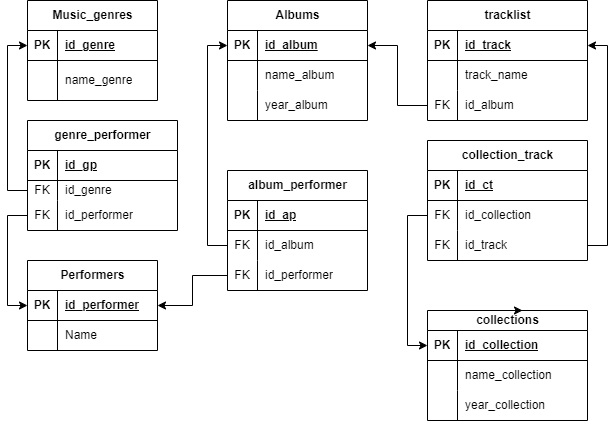
Earlier version of the draw.io export Diagramm_big.png (OXIFOXI81/Diagram). Source tidied: cells renumbered, new cells last; positions are measured from the earlier drawing's top-left corner, leaving out a move shared by most shapes.
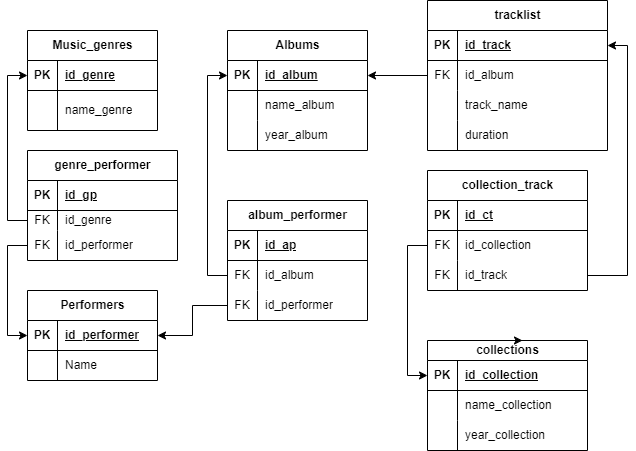
After the commit.

Change to the diagram source:
```diff
@@ -206,50 +206,59 @@
     <mxCell id="69" value="id_track" style="shape=partialRectangle;fillColor=none;top=0;left=0;bottom=0;right=0;align=left;spacingLeft=6;overflow=hidden;whiteSpace=wrap;html=1;" parent="67" vertex="1">
       <mxGeometry x="30" width="130" height="30" as="geometry" />
     </mxCell>
-    <mxCell id="70" style="edgeStyle=orthogonalEdgeStyle;rounded=0;jettySize=auto;html=1;exitX=1;exitY=0.5;exitDx=0;exitDy=0;entryX=1;entryY=0.5;entryDx=0;entryDy=0;" parent="1" edge="1" source="67" target="73">
+    <mxCell id="70" style="edgeStyle=orthogonalEdgeStyle;rounded=0;jettySize=auto;html=1;exitX=1;exitY=0.5;exitDx=0;exitDy=0;entryX=1;entryY=0.5;entryDx=0;entryDy=0;" parent="1" edge="1" source="67" target="85">
       <mxGeometry relative="1" as="geometry" />
     </mxCell>
     <mxCell id="71" style="edgeStyle=orthogonalEdgeStyle;rounded=0;orthogonalLoop=1;jettySize=auto;html=1;exitX=0.5;exitY=0;exitDx=0;exitDy=0;entryX=0.594;entryY=0.008;entryDx=0;entryDy=0;entryPerimeter=0;" parent="1" edge="1" source="50" target="50">
       <mxGeometry relative="1" as="geometry" />
     </mxCell>
+    <mxCell id="83" style="edgeStyle=orthogonalEdgeStyle;rounded=0;jettySize=auto;html=1;exitX=0;exitY=0.5;exitDx=0;exitDy=0;entryX=0;entryY=0.5;entryDx=0;entryDy=0;" parent="1" edge="1" source="43" target="18">
+      <mxGeometry relative="1" as="geometry" />
+    </mxCell>
+    <mxCell id="84" style="edgeStyle=orthogonalEdgeStyle;rounded=0;jettySize=auto;html=1;exitX=0;exitY=0.5;exitDx=0;exitDy=0;entryX=0;entryY=0.5;entryDx=0;entryDy=0;" parent="1" edge="1" source="64" target="51">
+      <mxGeometry relative="1" as="geometry" />
+    </mxCell>
     <mxCell id="72" value="tracklist" style="shape=table;startSize=30;rowLines=0;fontStyle=1;align=center;html=1;" parent="1" vertex="1">
-      <mxGeometry x="400" width="160" height="120" as="geometry" />
+      <mxGeometry x="400" y="-30" width="180" height="150" as="geometry" />
     </mxCell>
-    <mxCell id="73" style="shape=tableRow;horizontal=0;startSize=0;swimlaneHead=0;swimlaneBody=0;fillColor=none;points=[[0,0.5],[1,0.5]];portConstraint=eastwest;top=0;left=0;right=0;bottom=1;" parent="72" vertex="1">
-      <mxGeometry y="30" width="160" height="30" as="geometry" />
-    </mxCell>
+    <mxCell id="85" style="shape=tableRow;horizontal=0;startSize=0;swimlaneHead=0;swimlaneBody=0;fillColor=none;points=[[0,0.5],[1,0.5]];portConstraint=eastwest;top=0;left=0;right=0;bottom=1;" parent="72" vertex="1">
+      <mxGeometry y="30" width="180" height="30" as="geometry" />
+    </mxCell>
-    <mxCell id="74" value="PK" style="shape=partialRectangle;fillColor=none;top=0;left=0;bottom=0;right=0;fontStyle=1;overflow=hidden;whiteSpace=wrap;html=1;" parent="73" vertex="1">
+    <mxCell id="74" value="PK" style="shape=partialRectangle;fillColor=none;top=0;left=0;bottom=0;right=0;fontStyle=1;overflow=hidden;whiteSpace=wrap;html=1;" parent="85" vertex="1">
       <mxGeometry width="30" height="30" as="geometry" />
     </mxCell>
-    <mxCell id="75" value="id_track" style="shape=partialRectangle;fillColor=none;top=0;left=0;bottom=0;right=0;align=left;spacingLeft=6;fontStyle=5;overflow=hidden;whiteSpace=wrap;html=1;" parent="73" vertex="1">
-      <mxGeometry x="30" width="130" height="30" as="geometry" />
+    <mxCell id="75" value="id_track" style="shape=partialRectangle;fillColor=none;top=0;left=0;bottom=0;right=0;align=left;spacingLeft=6;fontStyle=5;overflow=hidden;whiteSpace=wrap;html=1;" parent="85" vertex="1">
+      <mxGeometry x="30" width="150" height="30" as="geometry" />
     </mxCell>
-    <mxCell id="76" style="shape=tableRow;horizontal=0;startSize=0;swimlaneHead=0;swimlaneBody=0;fillColor=none;top=0;left=0;right=0;bottom=0;" parent="72" vertex="1">
-      <mxGeometry y="60" width="160" height="30" as="geometry" />
-    </mxCell>
-    <mxCell id="77" style="shape=partialRectangle;fillColor=none;top=0;left=0;bottom=0;right=0;overflow=hidden;whiteSpace=wrap;html=1;" parent="76" vertex="1">
-      <mxGeometry width="30" height="30" as="geometry" />
-    </mxCell>
-    <mxCell id="78" value="track_name" style="shape=partialRectangle;fillColor=none;top=0;left=0;bottom=0;right=0;align=left;spacingLeft=6;overflow=hidden;whiteSpace=wrap;html=1;" parent="76" vertex="1">
-      <mxGeometry x="30" width="130" height="30" as="geometry" />
-    </mxCell>
-    <mxCell id="79" style="shape=tableRow;horizontal=0;startSize=0;swimlaneHead=0;swimlaneBody=0;fillColor=none;points=[[0,0.5],[1,0.5]];portConstraint=eastwest;top=0;left=0;right=0;bottom=0;" parent="72" vertex="1">
-      <mxGeometry y="90" width="160" height="30" as="geometry" />
-    </mxCell>
+    <mxCell id="86" style="shape=tableRow;horizontal=0;startSize=0;swimlaneHead=0;swimlaneBody=0;fillColor=none;points=[[0,0.5],[1,0.5]];portConstraint=eastwest;top=0;left=0;right=0;bottom=0;" parent="72" vertex="1">
+      <mxGeometry y="60" width="180" height="30" as="geometry" />
+    </mxCell>
-    <mxCell id="80" value="FK" style="shape=partialRectangle;fillColor=none;top=0;left=0;bottom=0;right=0;overflow=hidden;whiteSpace=wrap;html=1;" parent="79" vertex="1">
+    <mxCell id="80" value="FK" style="shape=partialRectangle;fillColor=none;top=0;left=0;bottom=0;right=0;overflow=hidden;whiteSpace=wrap;html=1;" parent="86" vertex="1">
       <mxGeometry width="30" height="30" as="geometry" />
     </mxCell>
-    <mxCell id="81" value="id_album" style="shape=partialRectangle;fillColor=none;top=0;left=0;bottom=0;right=0;align=left;spacingLeft=6;overflow=hidden;whiteSpace=wrap;html=1;" parent="79" vertex="1">
-      <mxGeometry x="30" width="130" height="30" as="geometry" />
+    <mxCell id="81" value="id_album" style="shape=partialRectangle;fillColor=none;top=0;left=0;bottom=0;right=0;align=left;spacingLeft=6;overflow=hidden;whiteSpace=wrap;html=1;" parent="86" vertex="1">
+      <mxGeometry x="30" width="150" height="30" as="geometry" />
     </mxCell>
-    <mxCell id="82" style="edgeStyle=orthogonalEdgeStyle;rounded=0;jettySize=auto;html=1;exitX=0;exitY=0.5;exitDx=0;exitDy=0;entryX=1;entryY=0.5;entryDx=0;entryDy=0;" parent="1" edge="1" source="79" target="18">
-      <mxGeometry relative="1" as="geometry" />
-    </mxCell>
-    <mxCell id="83" style="edgeStyle=orthogonalEdgeStyle;rounded=0;jettySize=auto;html=1;exitX=0;exitY=0.5;exitDx=0;exitDy=0;entryX=0;entryY=0.5;entryDx=0;entryDy=0;" parent="1" edge="1" source="43" target="18">
-      <mxGeometry relative="1" as="geometry" />
-    </mxCell>
-    <mxCell id="84" style="edgeStyle=orthogonalEdgeStyle;rounded=0;jettySize=auto;html=1;exitX=0;exitY=0.5;exitDx=0;exitDy=0;entryX=0;entryY=0.5;entryDx=0;entryDy=0;" parent="1" edge="1" source="64" target="51">
-      <mxGeometry relative="1" as="geometry" />
-    </mxCell>
+    <mxCell id="87" style="shape=tableRow;horizontal=0;startSize=0;swimlaneHead=0;swimlaneBody=0;fillColor=none;top=0;left=0;right=0;bottom=0;" parent="72" vertex="1">
+      <mxGeometry y="90" width="180" height="30" as="geometry" />
+    </mxCell>
+    <mxCell id="88" style="shape=partialRectangle;fillColor=none;top=0;left=0;bottom=0;right=0;overflow=hidden;whiteSpace=wrap;html=1;" parent="87" vertex="1">
+      <mxGeometry width="30" height="30" as="geometry" />
+    </mxCell>
+    <mxCell id="78" value="track_name" style="shape=partialRectangle;fillColor=none;top=0;left=0;bottom=0;right=0;align=left;spacingLeft=6;overflow=hidden;whiteSpace=wrap;html=1;" parent="87" vertex="1">
+      <mxGeometry x="30" width="150" height="30" as="geometry" />
+    </mxCell>
+    <mxCell id="89" style="shape=tableRow;horizontal=0;startSize=0;swimlaneHead=0;swimlaneBody=0;fillColor=none;top=0;left=0;right=0;bottom=0;" parent="72" vertex="1">
+      <mxGeometry y="120" width="180" height="30" as="geometry" />
+    </mxCell>
+    <mxCell id="90" style="shape=partialRectangle;fillColor=none;top=0;left=0;bottom=0;right=0;overflow=hidden;whiteSpace=wrap;html=1;" parent="89" vertex="1">
+      <mxGeometry width="30" height="30" as="geometry" />
+    </mxCell>
+    <mxCell id="91" value="duration" style="shape=partialRectangle;fillColor=none;top=0;left=0;bottom=0;right=0;align=left;spacingLeft=6;overflow=hidden;whiteSpace=wrap;html=1;" parent="89" vertex="1">
+      <mxGeometry x="30" width="150" height="30" as="geometry" />
+    </mxCell>
+    <mxCell id="92" style="edgeStyle=orthogonalEdgeStyle;rounded=0;jettySize=auto;html=1;exitX=0;exitY=0.5;exitDx=0;exitDy=0;entryX=1;entryY=0.5;entryDx=0;entryDy=0;" parent="1" edge="1" source="86" target="18">
+      <mxGeometry relative="1" as="geometry" />
+    </mxCell>
   </root>
 </mxGraphModel>
```
